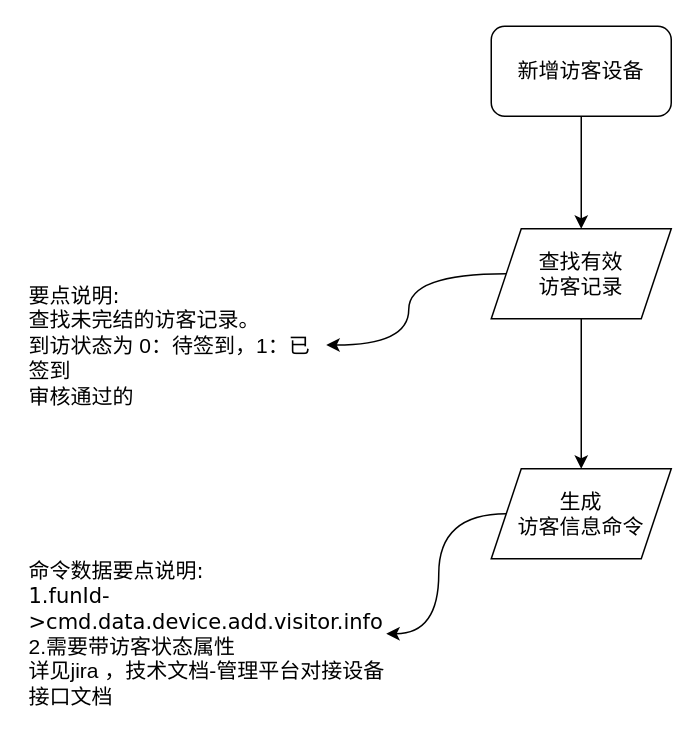
Above: page "新增访客设备-有效访客记录下发" (11 of 12) of 访客迭代3.7.1-平台和小程序和设备交互流程.drawio in chwnjianhui/draw.io (draw.io), before the change. Source tidied: cells renumbered, new cells numbered last; positions are measured from the earlier drawing's top-left corner, leaving out a move shared by most shapes. Both pictures are drawn from the tidied source at 150%, with x=0, y=0 at pixel (26, 26).
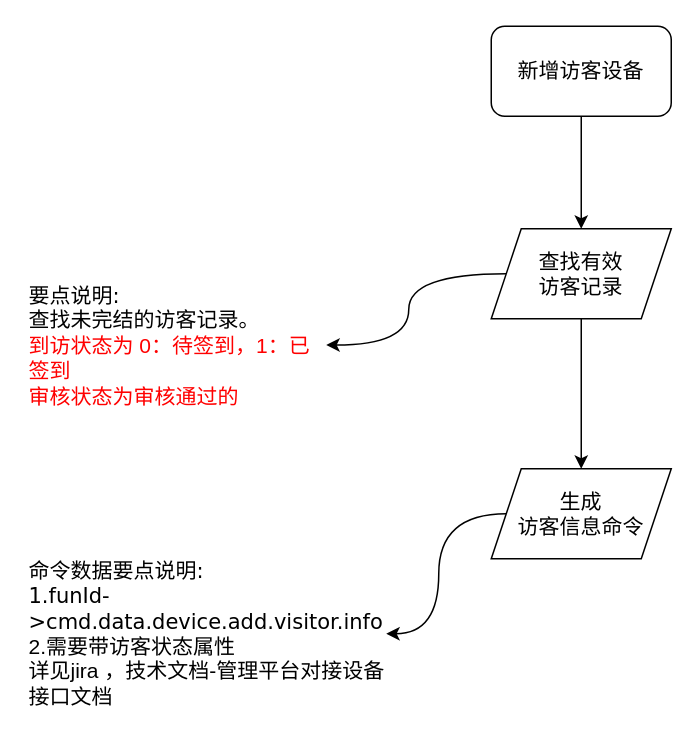
After the change.

Commit message:
更新访客迭代3.7.1-平台和小程序和设备交互流程.drawio

What changed in the source:
```diff
@@
 <mxGraphModel>
   <root>
     <mxCell id="0" />
     <mxCell id="1" parent="0" />
     <mxCell id="2" style="edgeStyle=orthogonalEdgeStyle;rounded=0;jettySize=auto;html=1;fontSize=16;entryX=0.5;entryY=0;entryDx=0;entryDy=0;" parent="1" edge="1" source="3" target="6">
       <mxGeometry relative="1" as="geometry" />
     </mxCell>
     <mxCell id="3" value="新增访客设备" style="rounded=1;whiteSpace=wrap;html=1;fontSize=14;fillColor=#FFFFFF;" parent="1" vertex="1">
       <mxGeometry x="310" width="120" height="60" as="geometry" />
     </mxCell>
     <mxCell id="4" style="edgeStyle=orthogonalEdgeStyle;curved=1;rounded=0;jettySize=auto;html=1;exitX=0;exitY=0.5;exitDx=0;exitDy=0;fontSize=14;entryX=1;entryY=0.5;entryDx=0;entryDy=0;" parent="1" edge="1" source="6" target="7">
       <mxGeometry relative="1" as="geometry" />
     </mxCell>
     <mxCell id="5" style="edgeStyle=orthogonalEdgeStyle;rounded=0;jettySize=auto;html=1;" parent="1" edge="1" source="6">
       <mxGeometry relative="1" as="geometry">
         <mxPoint x="370" y="295" as="targetPoint" />
       </mxGeometry>
     </mxCell>
     <mxCell id="6" value="查找有效&lt;br&gt;访客记录" style="shape=parallelogram;perimeter=parallelogramPerimeter;whiteSpace=wrap;html=1;fixedSize=1;fontSize=14;fillColor=#FFFFFF;" parent="1" vertex="1">
       <mxGeometry x="310" y="135" width="120" height="60" as="geometry" />
     </mxCell>
-    <mxCell id="7" value="&lt;font style=&quot;border-color: var(--border-color);&quot; face=&quot;Verdana&quot;&gt;要点说明:&lt;/font&gt;&lt;br style=&quot;border-color: var(--border-color);&quot;&gt;&lt;div style=&quot;border-color: var(--border-color);&quot;&gt;查找未完结的访客记录。&lt;br&gt;到访状态为 0：待签到，1：已签到&lt;br&gt;审核通过的&lt;/div&gt;" style="text;html=1;strokeColor=none;fillColor=none;align=left;verticalAlign=middle;whiteSpace=wrap;rounded=0;fontSize=14;" parent="1" vertex="1">
+    <mxCell id="7" value="&lt;font style=&quot;border-color: var(--border-color);&quot; face=&quot;Verdana&quot;&gt;要点说明:&lt;/font&gt;&lt;br style=&quot;border-color: var(--border-color);&quot;&gt;&lt;div style=&quot;border-color: var(--border-color);&quot;&gt;查找未完结的访客记录。&lt;br&gt;&lt;font color=&quot;#ff0000&quot;&gt;到访状态为 0：待签到，1：已签到&lt;br&gt;审核状态为审核通过的&lt;/font&gt;&lt;/div&gt;" style="text;html=1;strokeColor=none;fillColor=none;align=left;verticalAlign=middle;whiteSpace=wrap;rounded=0;fontSize=14;" parent="1" vertex="1">
       <mxGeometry y="155" width="200" height="115" as="geometry" />
     </mxCell>
     <mxCell id="8" style="edgeStyle=orthogonalEdgeStyle;curved=1;rounded=0;jettySize=auto;html=1;exitX=0;exitY=0.5;exitDx=0;exitDy=0;entryX=1;entryY=0.5;entryDx=0;entryDy=0;fontSize=14;" parent="1" edge="1" source="9" target="10">
       <mxGeometry relative="1" as="geometry" />
     </mxCell>
     <mxCell id="9" value="生成&lt;br&gt;访客信息命令" style="shape=parallelogram;perimeter=parallelogramPerimeter;whiteSpace=wrap;html=1;fixedSize=1;fontSize=14;fillColor=#FFFFFF;" parent="1" vertex="1">
       <mxGeometry x="310" y="295" width="120" height="60" as="geometry" />
     </mxCell>
     <mxCell id="10" value="&lt;font face=&quot;Verdana&quot;&gt;命令数据要点说明:&lt;/font&gt;&lt;br&gt;&lt;font face=&quot;Verdana&quot;&gt;1.funId-&amp;gt;&lt;/font&gt;&lt;font face=&quot;Verdana&quot;&gt;cmd.data.device.add.visitor.info&lt;br&gt;&lt;/font&gt;2.需要带访客状态属性&lt;br&gt;详见jira ，技术文档-管理平台对接设备接口文档" style="text;html=1;strokeColor=none;fillColor=none;align=left;verticalAlign=middle;whiteSpace=wrap;rounded=0;fontSize=14;" parent="1" vertex="1">
       <mxGeometry y="350" width="240" height="110" as="geometry" />
     </mxCell>
   </root>
 </mxGraphModel>
```
